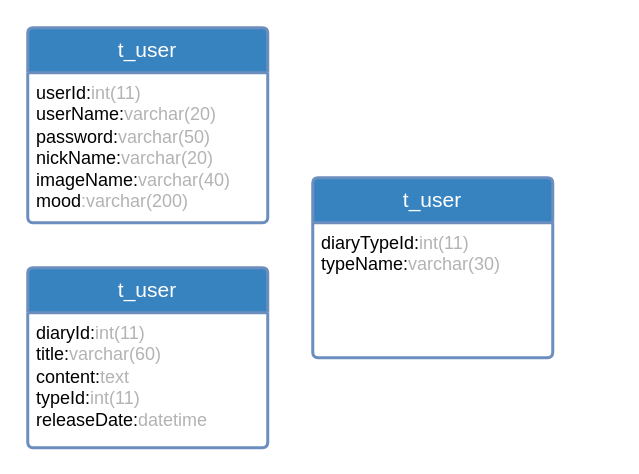
This is 未命名绘图.drawio from Jian11024109/diary1, a draw.io file, before an edit. Source tidied: cells renumbered, new cells numbered last; positions are measured from the earlier drawing's top-left corner, leaving out a move shared by most shapes. Both pictures are drawn from the tidied source at 150%, with x=0, y=0 at pixel (27, 27).
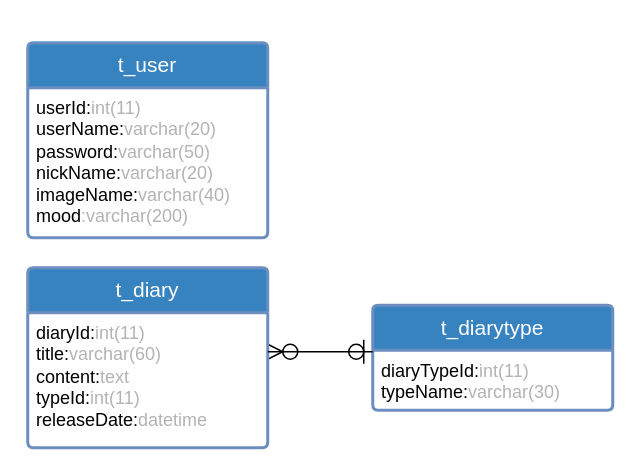
After the change.

What changed in the source:
```diff
@@
 <mxGraphModel>
   <root>
     <mxCell id="0" />
     <mxCell id="1" parent="0" />
     <mxCell id="2" value="&lt;font color=&quot;#ffffff&quot;&gt;t_user&lt;/font&gt;" style="swimlane;horizontal=1;startSize=30;rounded=1;fontSize=14;fontStyle=0;strokeWidth=2;shadow=0;dashed=0;align=center;arcSize=4;whiteSpace=wrap;html=1;fillColor=#3783c0;strokeColor=#6c8ebf;gradientColor=none;" parent="1" vertex="1">
-      <mxGeometry width="160" height="130" as="geometry" />
+      <mxGeometry y="10" width="160" height="130" as="geometry" />
     </mxCell>
     <mxCell id="3" value="userId:&lt;font color=&quot;#b3b3b3&quot;&gt;int(11)&lt;/font&gt;&lt;br&gt;userName:&lt;font color=&quot;#b3b3b3&quot;&gt;varchar(20)&lt;/font&gt;&lt;br&gt;password:&lt;font color=&quot;#b3b3b3&quot;&gt;varchar(50)&lt;/font&gt;&lt;br&gt;nickName:&lt;font color=&quot;#b3b3b3&quot;&gt;varchar(20)&lt;/font&gt;&lt;br&gt;imageName:&lt;font color=&quot;#b3b3b3&quot;&gt;varchar(40)&lt;/font&gt;&lt;br&gt;mood&lt;font color=&quot;#b3b3b3&quot;&gt;:varchar(200)&lt;/font&gt;" style="align=left;strokeColor=none;fillColor=none;spacingLeft=4;fontSize=12;verticalAlign=top;html=1;" parent="2" vertex="1">
       <mxGeometry y="30" width="160" height="100" as="geometry" />
     </mxCell>
+    <mxCell id="6" value="&lt;font color=&quot;#ffffff&quot;&gt;t_diarytype&lt;/font&gt;" style="swimlane;horizontal=1;startSize=30;rounded=1;fontSize=14;fontStyle=0;strokeWidth=2;shadow=0;dashed=0;align=center;arcSize=4;whiteSpace=wrap;html=1;fillColor=#3783c0;strokeColor=#6c8ebf;gradientColor=none;" parent="1" vertex="1">
+      <mxGeometry x="230" y="185" width="160" height="70" as="geometry" />
+    </mxCell>
+    <mxCell id="7" value="diaryTypeId:&lt;font color=&quot;#b3b3b3&quot;&gt;int(11)&lt;/font&gt;&lt;br&gt;typeName:&lt;font color=&quot;#b3b3b3&quot;&gt;varchar(30)&lt;/font&gt;" style="align=left;strokeColor=none;fillColor=none;spacingLeft=4;fontSize=12;verticalAlign=top;html=1;" parent="6" vertex="1">
+      <mxGeometry y="30" width="160" height="40" as="geometry" />
+    </mxCell>
+    <mxCell id="8" style="ellipse;whiteSpace=wrap;html=1;" parent="1" vertex="1">
+      <mxGeometry x="170" y="211" width="10" height="10" as="geometry" />
+    </mxCell>
+    <mxCell id="9" style="ellipse;whiteSpace=wrap;html=1;" parent="1" vertex="1">
+      <mxGeometry x="214" y="211" width="10" height="10" as="geometry" />
+    </mxCell>
+    <mxCell id="10" style="triangle;whiteSpace=wrap;html=1;" parent="1" vertex="1">
+      <mxGeometry x="160" y="211" width="10" height="10" as="geometry" />
+    </mxCell>
-    <mxCell id="4" value="&lt;font color=&quot;#ffffff&quot;&gt;t_user&lt;/font&gt;" style="swimlane;horizontal=1;startSize=30;rounded=1;fontSize=14;fontStyle=0;strokeWidth=2;shadow=0;dashed=0;align=center;arcSize=4;whiteSpace=wrap;html=1;fillColor=#3783c0;strokeColor=#6c8ebf;gradientColor=none;" parent="1" vertex="1">
+    <mxCell id="4" value="&lt;font color=&quot;#ffffff&quot;&gt;t_diary&lt;/font&gt;" style="swimlane;horizontal=1;startSize=30;rounded=1;fontSize=14;fontStyle=0;strokeWidth=2;shadow=0;dashed=0;align=center;arcSize=4;whiteSpace=wrap;html=1;fillColor=#3783c0;strokeColor=#6c8ebf;gradientColor=none;" parent="1" vertex="1">
       <mxGeometry y="160" width="160" height="120" as="geometry" />
     </mxCell>
     <mxCell id="5" value="diaryId:&lt;font color=&quot;#b3b3b3&quot;&gt;int(11)&lt;/font&gt;&lt;br&gt;title:&lt;font color=&quot;#b3b3b3&quot;&gt;varchar(60)&lt;/font&gt;&lt;br&gt;content:&lt;font color=&quot;#b3b3b3&quot;&gt;text&lt;/font&gt;&lt;br&gt;typeId:&lt;font color=&quot;#b3b3b3&quot;&gt;int(11)&lt;/font&gt;&lt;br&gt;releaseDate:&lt;font color=&quot;#b3b3b3&quot;&gt;datetime&lt;/font&gt;" style="align=left;strokeColor=none;fillColor=none;spacingLeft=4;fontSize=12;verticalAlign=top;html=1;" parent="4" vertex="1">
       <mxGeometry y="30" width="160" height="90" as="geometry" />
     </mxCell>
-    <mxCell id="6" value="&lt;font color=&quot;#ffffff&quot;&gt;t_user&lt;/font&gt;" style="swimlane;horizontal=1;startSize=30;rounded=1;fontSize=14;fontStyle=0;strokeWidth=2;shadow=0;dashed=0;align=center;arcSize=4;whiteSpace=wrap;html=1;fillColor=#3783c0;strokeColor=#6c8ebf;gradientColor=none;" parent="1" vertex="1">
-      <mxGeometry x="190" y="100" width="160" height="120" as="geometry" />
-    </mxCell>
-    <mxCell id="7" value="diaryTypeId:&lt;font color=&quot;#b3b3b3&quot;&gt;int(11)&lt;/font&gt;&lt;br&gt;typeName:&lt;font color=&quot;#b3b3b3&quot;&gt;varchar(30)&lt;/font&gt;" style="align=left;strokeColor=none;fillColor=none;spacingLeft=4;fontSize=12;verticalAlign=top;html=1;" parent="6" vertex="1">
-      <mxGeometry y="30" width="160" height="90" as="geometry" />
-    </mxCell>
+    <mxCell id="11" style="line;strokeWidth=1;fillColor=none;align=left;verticalAlign=middle;spacingTop=-1;spacingLeft=3;spacingRight=3;labelPosition=right;strokeColor=inherit;" parent="1" vertex="1">
+      <mxGeometry x="160" y="212" width="70" height="8" as="geometry" />
+    </mxCell>
+    <mxCell id="12" style="endArrow=none;html=1;rounded=0;" parent="1" edge="1">
+      <mxGeometry relative="1" as="geometry">
+        <mxPoint x="224" y="224" as="sourcePoint" />
+        <mxPoint x="224" y="208" as="targetPoint" />
+      </mxGeometry>
+    </mxCell>
   </root>
 </mxGraphModel>
```
